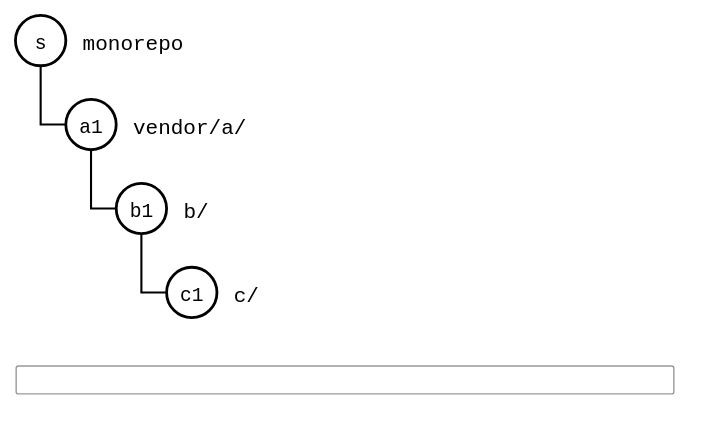
roschaefer/git-splice keeps this draw.io diagram as docs/09-scenarios/05-nested-splices/01-nested-splices/02-three-levels/tree.drawio.svg. Above is the earlier version. Source tidied: cells renumbered, new cells last; positions are measured from the earlier drawing's top-left corner, leaving out a move shared by most shapes. The source it was exported from:
```xml
<mxGraphModel background="#ffffff">
  <root>
    <mxCell id="0" />
    <mxCell id="1" parent="0" />
    <mxCell id="2" value="s" style="ellipse;strokeWidth=2;fontSize=14;fontFamily=Roboto Mono,monospace;" parent="1" vertex="1">
      <mxGeometry width="36" height="36" as="geometry" />
    </mxCell>
    <mxCell id="3" value="monorepo" style="text;align=left;verticalAlign=middle;fontSize=15;fontFamily=Roboto Mono,monospace;tree=1;" parent="1" vertex="1">
      <mxGeometry x="46" width="192" height="36" as="geometry" />
    </mxCell>
    <mxCell id="4" value="a1" style="ellipse;strokeWidth=2;fontSize=14;fontFamily=Roboto Mono,monospace;" parent="1" vertex="1">
      <mxGeometry x="36" y="60" width="36" height="36" as="geometry" />
    </mxCell>
    <mxCell id="5" style="endArrow=none;strokeWidth=1.5;edgeStyle=orthogonalEdgeStyle;rounded=0;exitX=0.5;exitY=1;exitDx=0;exitDy=0;entryX=0;entryY=0.5;entryDx=0;entryDy=0;" parent="1" edge="1" source="2" target="4">
      <mxGeometry relative="1" as="geometry" />
    </mxCell>
    <mxCell id="6" value="vendor/a/" style="text;align=left;verticalAlign=middle;fontSize=15;fontFamily=Roboto Mono,monospace;" parent="1" vertex="1">
      <mxGeometry x="82" y="60" width="201" height="36" as="geometry" />
    </mxCell>
    <mxCell id="7" value="b1" style="ellipse;strokeWidth=2;fontSize=14;fontFamily=Roboto Mono,monospace;" parent="1" vertex="1">
      <mxGeometry x="72" y="120" width="36" height="36" as="geometry" />
    </mxCell>
    <mxCell id="8" style="endArrow=none;strokeWidth=1.5;edgeStyle=orthogonalEdgeStyle;rounded=0;exitX=0.5;exitY=1;exitDx=0;exitDy=0;entryX=0;entryY=0.5;entryDx=0;entryDy=0;" parent="1" edge="1" source="4" target="7">
      <mxGeometry relative="1" as="geometry" />
    </mxCell>
    <mxCell id="9" value="b/" style="text;align=left;verticalAlign=middle;fontSize=15;fontFamily=Roboto Mono,monospace;" parent="1" vertex="1">
      <mxGeometry x="118" y="120" width="138" height="36" as="geometry" />
    </mxCell>
    <mxCell id="10" value="c1" style="ellipse;strokeWidth=2;fontSize=14;fontFamily=Roboto Mono,monospace;" parent="1" vertex="1">
      <mxGeometry x="108" y="180" width="36" height="36" as="geometry" />
    </mxCell>
    <mxCell id="11" style="endArrow=none;strokeWidth=1.5;edgeStyle=orthogonalEdgeStyle;rounded=0;exitX=0.5;exitY=1;exitDx=0;exitDy=0;entryX=0;entryY=0.5;entryDx=0;entryDy=0;" parent="1" edge="1" source="7" target="10">
      <mxGeometry relative="1" as="geometry" />
    </mxCell>
    <mxCell id="12" value="c/" style="text;align=left;verticalAlign=middle;fontSize=15;fontFamily=Roboto Mono,monospace;" parent="1" vertex="1">
      <mxGeometry x="154" y="180" width="138" height="36" as="geometry" />
    </mxCell>
    <mxCell id="13" style="rounded=1;arcSize=8;fillColor=none;strokeColor=#999999;strokeWidth=1;legend=1;" parent="1" vertex="1">
      <mxGeometry y="250" width="470" height="20" as="geometry" />
    </mxCell>
  </root>
</mxGraphModel>
```
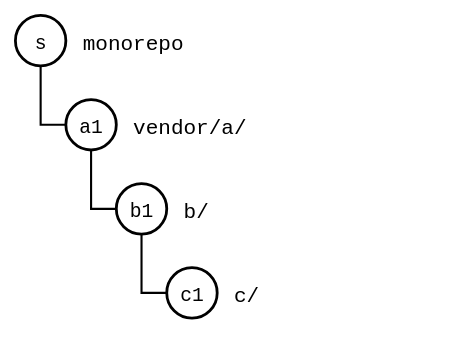
After the commit.

Commit message:
docs(scenarios): no empty legend on the three-levels tree

The edit, as a diff of the source:
```diff
@@ -35,8 +35,5 @@
     <mxCell id="12" value="c/" style="text;align=left;verticalAlign=middle;fontSize=15;fontFamily=Roboto Mono,monospace;" parent="1" vertex="1">
       <mxGeometry x="154" y="180" width="138" height="36" as="geometry" />
     </mxCell>
-    <mxCell id="13" style="rounded=1;arcSize=8;fillColor=none;strokeColor=#999999;strokeWidth=1;legend=1;" parent="1" vertex="1">
-      <mxGeometry y="250" width="470" height="20" as="geometry" />
-    </mxCell>
   </root>
 </mxGraphModel>
```
